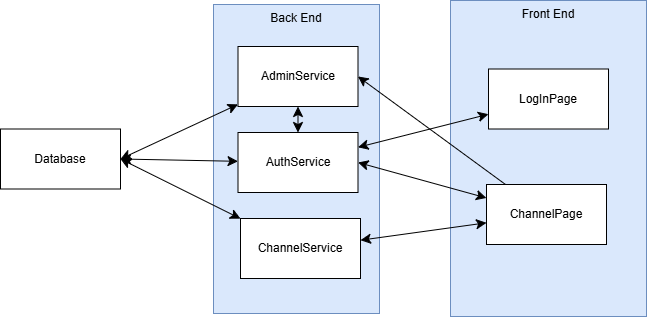
Sebastian6547/SOEN341-MessagingApp keeps this draw.io diagram as diagram/Simple Block Diagram.png. Above is the earlier version. Source tidied: cells renumbered, new cells last; positions are measured from the earlier drawing's top-left corner, leaving out a move shared by most shapes.
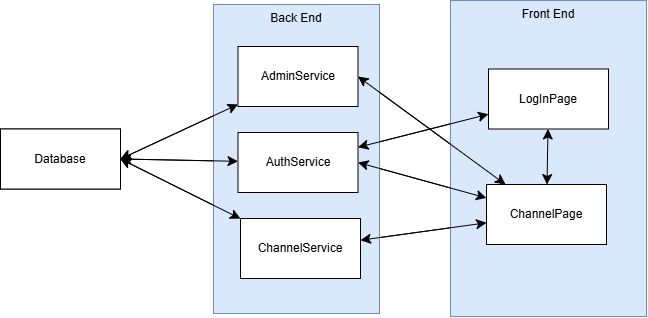
The same file after the commit.

Commit message:
Fixed the simple block diagram Connecting LogInPage and Channel Page AdminService and AuthService is double arrow

What changed in the source:
```diff
@@ -50,5 +50,53 @@
     <mxCell id="17" value="Database" style="rounded=0;whiteSpace=wrap;html=1;" parent="1" vertex="1">
       <mxGeometry y="128.5" width="120" height="60" as="geometry" />
     </mxCell>
+    <mxCell id="18" value="Back End" style="rounded=0;whiteSpace=wrap;html=1;fillColor=#dae8fc;strokeColor=#6c8ebf;verticalAlign=top;" parent="1" vertex="1">
+      <mxGeometry x="213" y="4" width="166" height="309" as="geometry" />
+    </mxCell>
+    <mxCell id="19" style="edgeStyle=none;curved=1;rounded=0;jettySize=auto;html=1;entryX=1;entryY=0.5;entryDx=0;entryDy=0;fontSize=12;startSize=8;endSize=8;startArrow=classic;startFill=1;" parent="1" edge="1" source="20" target="33">
+      <mxGeometry relative="1" as="geometry" />
+    </mxCell>
+    <mxCell id="20" value="AdminService" style="rounded=0;whiteSpace=wrap;html=1;" parent="1" vertex="1">
+      <mxGeometry x="237.5" y="46" width="120" height="60" as="geometry" />
+    </mxCell>
+    <mxCell id="21" style="edgeStyle=none;curved=1;rounded=0;jettySize=auto;html=1;entryX=1;entryY=0.5;entryDx=0;entryDy=0;fontSize=12;startSize=8;endSize=8;startArrow=classic;startFill=1;" parent="1" edge="1" source="22" target="33">
+      <mxGeometry relative="1" as="geometry" />
+    </mxCell>
+    <mxCell id="22" value="AuthService" style="rounded=0;whiteSpace=wrap;html=1;" parent="1" vertex="1">
+      <mxGeometry x="237.5" y="132" width="120" height="60" as="geometry" />
+    </mxCell>
+    <mxCell id="23" style="edgeStyle=none;curved=1;rounded=0;jettySize=auto;html=1;entryX=1;entryY=0.5;entryDx=0;entryDy=0;fontSize=12;startSize=8;endSize=8;startArrow=classic;startFill=1;" parent="1" edge="1" source="24" target="33">
+      <mxGeometry relative="1" as="geometry" />
+    </mxCell>
+    <mxCell id="24" value="ChannelService" style="rounded=0;whiteSpace=wrap;html=1;" parent="1" vertex="1">
+      <mxGeometry x="240" y="218" width="120" height="60" as="geometry" />
+    </mxCell>
+    <mxCell id="25" value="Front End" style="rounded=0;whiteSpace=wrap;html=1;fillColor=#dae8fc;strokeColor=#6c8ebf;verticalAlign=top;" parent="1" vertex="1">
+      <mxGeometry x="450" width="196" height="316" as="geometry" />
+    </mxCell>
+    <mxCell id="26" style="edgeStyle=none;curved=1;rounded=0;jettySize=auto;html=1;fontSize=12;startSize=8;endSize=8;startArrow=classic;startFill=1;" parent="1" edge="1" source="28" target="22">
+      <mxGeometry relative="1" as="geometry" />
+    </mxCell>
+    <mxCell id="27" style="edgeStyle=none;curved=1;rounded=0;jettySize=auto;html=1;fontSize=12;startSize=8;endSize=8;startArrow=classic;startFill=1;" parent="1" edge="1" source="28" target="32">
+      <mxGeometry relative="1" as="geometry" />
+    </mxCell>
+    <mxCell id="28" value="LogInPage" style="rounded=0;whiteSpace=wrap;html=1;" parent="1" vertex="1">
+      <mxGeometry x="488" y="68.5" width="120" height="60" as="geometry" />
+    </mxCell>
+    <mxCell id="29" style="edgeStyle=none;curved=1;rounded=0;jettySize=auto;html=1;entryX=1;entryY=0.5;entryDx=0;entryDy=0;fontSize=12;startSize=8;endSize=8;startArrow=classic;startFill=1;" parent="1" edge="1" source="32" target="20">
+      <mxGeometry relative="1" as="geometry" />
+    </mxCell>
+    <mxCell id="30" style="edgeStyle=none;curved=1;rounded=0;jettySize=auto;html=1;entryX=1;entryY=0.5;entryDx=0;entryDy=0;fontSize=12;startSize=8;endSize=8;startArrow=classic;startFill=1;" parent="1" edge="1" source="32" target="22">
+      <mxGeometry relative="1" as="geometry" />
+    </mxCell>
+    <mxCell id="31" style="edgeStyle=none;curved=1;rounded=0;jettySize=auto;html=1;fontSize=12;startSize=8;endSize=8;startArrow=classic;startFill=1;" parent="1" edge="1" source="32" target="24">
+      <mxGeometry relative="1" as="geometry" />
+    </mxCell>
+    <mxCell id="32" value="ChannelPage" style="rounded=0;whiteSpace=wrap;html=1;" parent="1" vertex="1">
+      <mxGeometry x="486" y="184" width="120" height="60" as="geometry" />
+    </mxCell>
+    <mxCell id="33" value="Database" style="rounded=0;whiteSpace=wrap;html=1;" parent="1" vertex="1">
+      <mxGeometry y="128.5" width="120" height="60" as="geometry" />
+    </mxCell>
   </root>
 </mxGraphModel>
```
